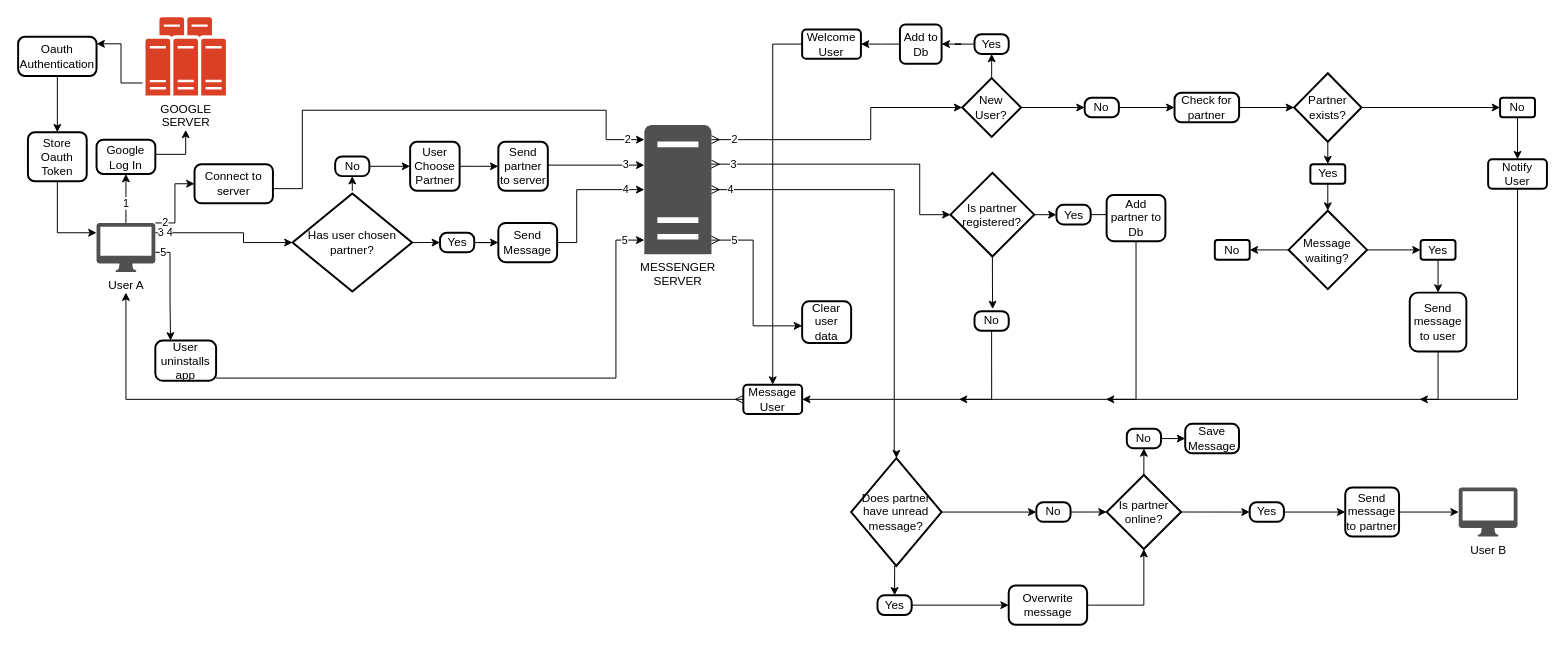
Earlier version of the draw.io diagram mini_messenger_flowchart.drawio (gitupwithit/mini_messenger_extension). Source tidied: cells renumbered, new cells numbered last; positions are measured from the earlier drawing's top-left corner, leaving out a move shared by most shapes. Both pictures are drawn from the tidied source at 98%, with x=0, y=0 at pixel (18, 17).
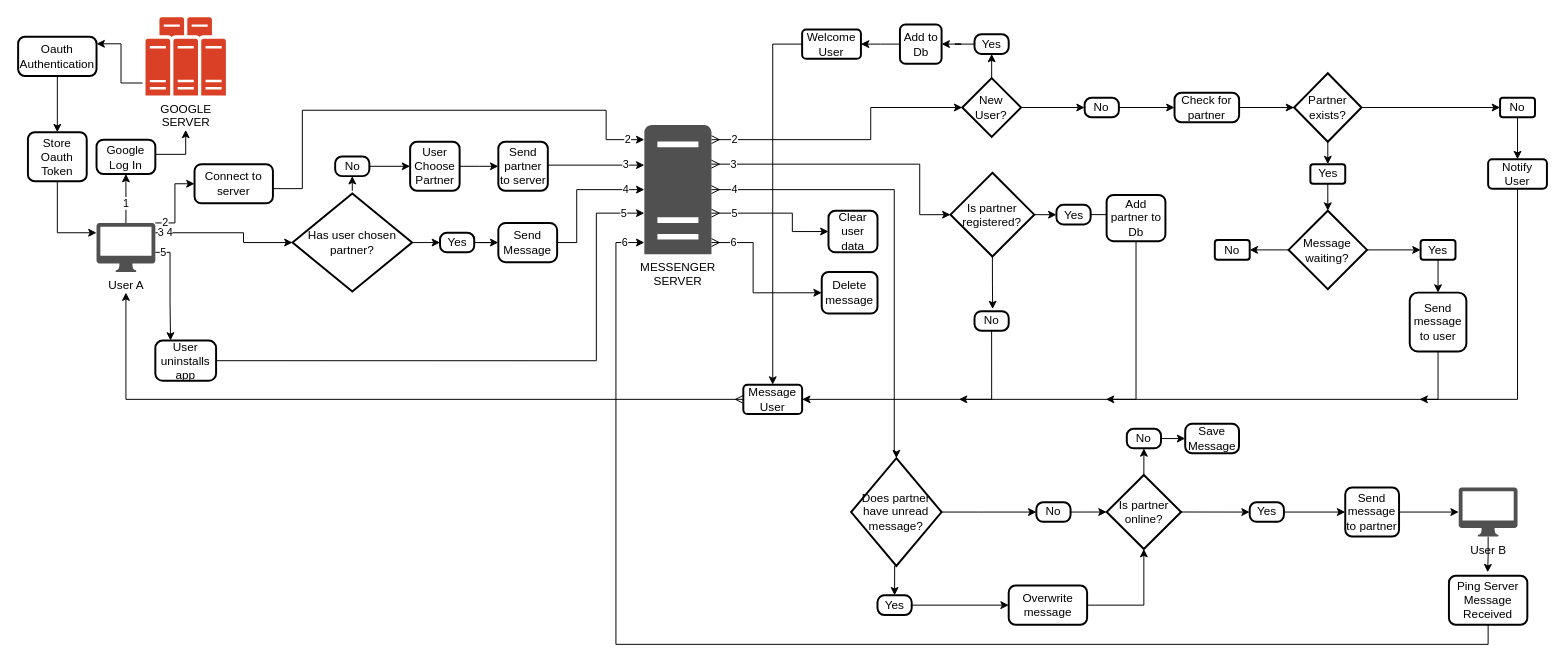
The same diagram, later.

The change refers to these unchanged cells:
```xml
<mxCell id="10" value="MESSENGER&lt;br&gt;SERVER" style="sketch=0;shadow=0;dashed=0;html=1;strokeColor=none;fillColor=#505050;labelPosition=center;verticalLabelPosition=bottom;verticalAlign=top;outlineConnect=0;align=center;shape=mxgraph.office.servers.server_generic;points=[[0.11,0.94,0,0,0],[0.5,1,0,0,34],[1,1,0,2,3]];" parent="1" vertex="1">
  <mxGeometry x="639" y="110" width="68.5" height="132" as="geometry" />
</mxCell>
<mxCell id="76" value="User B" style="sketch=0;shadow=0;dashed=0;html=1;strokeColor=none;fillColor=#505050;labelPosition=center;verticalLabelPosition=bottom;verticalAlign=top;outlineConnect=0;align=center;shape=mxgraph.office.devices.mac_client;points=[[0,0,0,-37,-3],[0.5,1,0,0,21]];" parent="1" vertex="1">
  <mxGeometry x="1470" y="480" width="60" height="50" as="geometry" />
</mxCell>
<mxCell id="82" value="&lt;span style=&quot;background-color: initial;&quot;&gt;Does partner have unread message?&lt;/span&gt;" style="strokeWidth=2;html=1;shape=mxgraph.flowchart.decision;whiteSpace=wrap;" parent="1" vertex="1">
  <mxGeometry x="850" y="450" width="92.3" height="110" as="geometry" />
</mxCell>
<mxCell id="94" value="User uninstalls app" style="rounded=1;whiteSpace=wrap;html=1;absoluteArcSize=1;arcSize=15;strokeWidth=2;" parent="1" vertex="1">
  <mxGeometry x="140" y="330" width="62" height="41.1" as="geometry" />
</mxCell>
```

What changed in the source:
```diff
@@
+    <mxCell id="99" value="6" style="edgeStyle=orthogonalEdgeStyle;rounded=0;jettySize=auto;html=1;entryX=0;entryY=0.5;entryDx=0;entryDy=0;startArrow=ERmany;startFill=0;jumpStyle=none;" parent="1" edge="1" source="10" target="103">
+      <mxGeometry x="-0.73" relative="1" as="geometry">
+        <Array as="points">
+          <mxPoint x="750" y="230" />
+          <mxPoint x="750" y="281" />
+        </Array>
+      </mxGeometry>
+    </mxCell>
@@
     <mxCell id="75" value="4" style="edgeStyle=orthogonalEdgeStyle;rounded=0;jettySize=auto;html=1;entryX=0.5;entryY=0;entryDx=0;entryDy=0;entryPerimeter=0;startArrow=ERmany;startFill=0;" parent="1" edge="1" source="10" target="82">
-      <mxGeometry x="-0.92" relative="1" as="geometry">
+      <mxGeometry x="-0.9" relative="1" as="geometry">
         <Array as="points">
           <mxPoint x="894" y="176" />
           <mxPoint x="894" y="445" />
         </Array>
       </mxGeometry>
     </mxCell>
+    <mxCell id="100" style="edgeStyle=orthogonalEdgeStyle;rounded=0;jettySize=auto;html=1;entryX=0.494;entryY=-0.071;entryDx=0;entryDy=0;entryPerimeter=0;" parent="1" edge="1" source="76" target="102">
+      <mxGeometry relative="1" as="geometry" />
+    </mxCell>
@@
-    <mxCell id="93" value="5" style="edgeStyle=orthogonalEdgeStyle;rounded=0;orthogonalLoop=1;jettySize=auto;html=1;exitX=1;exitY=0.75;exitDx=0;exitDy=0;" parent="1" edge="1">
+    <mxCell id="93" value="5" style="edgeStyle=orthogonalEdgeStyle;rounded=0;jettySize=auto;html=1;exitX=1;exitY=0.5;exitDx=0;exitDy=0;" parent="1" edge="1" source="94" target="10">
       <mxGeometry x="0.93" relative="1" as="geometry">
-        <mxPoint x="202" y="368.3" as="sourcePoint" />
-        <mxPoint x="639" y="227.5" as="targetPoint" />
         <Array as="points">
-          <mxPoint x="610" y="368.5" />
-          <mxPoint x="610" y="227.5" />
+          <mxPoint x="590" y="351" />
+          <mxPoint x="590" y="200" />
         </Array>
       </mxGeometry>
     </mxCell>
@@
     <mxCell id="95" value="Clear&lt;div&gt;user&lt;/div&gt;&lt;div&gt;data&lt;/div&gt;" style="rounded=1;whiteSpace=wrap;html=1;absoluteArcSize=1;arcSize=14;strokeWidth=2;" parent="1" vertex="1">
-      <mxGeometry x="800" y="290" width="50" height="42.5" as="geometry" />
+      <mxGeometry x="826.9" y="197.5" width="50" height="42.5" as="geometry" />
     </mxCell>
-    <mxCell id="96" value="5" style="edgeStyle=orthogonalEdgeStyle;rounded=0;orthogonalLoop=1;jettySize=auto;html=1;entryX=0;entryY=0.5;entryDx=0;entryDy=0;startArrow=ERmany;startFill=0;" parent="1" edge="1">
-      <mxGeometry x="-0.75" relative="1" as="geometry">
-        <mxPoint x="707.5" y="227.5" as="sourcePoint" />
-        <mxPoint x="800" y="315" as="targetPoint" />
+    <mxCell id="96" value="5" style="edgeStyle=orthogonalEdgeStyle;rounded=0;jettySize=auto;html=1;entryX=0;entryY=0.5;entryDx=0;entryDy=0;startArrow=ERmany;startFill=0;" parent="1" edge="1" source="10" target="95">
+      <mxGeometry x="-0.67" relative="1" as="geometry">
         <Array as="points">
-          <mxPoint x="750" y="227.5" />
-          <mxPoint x="750" y="315.5" />
+          <mxPoint x="790" y="200" />
+          <mxPoint x="790" y="219" />
         </Array>
       </mxGeometry>
     </mxCell>
@@
+    <mxCell id="101" value="6" style="edgeStyle=orthogonalEdgeStyle;rounded=0;jettySize=auto;html=1;exitX=0.5;exitY=1;exitDx=0;exitDy=0;" parent="1" edge="1" source="102" target="10">
+      <mxGeometry x="0.97" relative="1" as="geometry">
+        <Array as="points">
+          <mxPoint x="1500" y="640" />
+          <mxPoint x="610" y="640" />
+          <mxPoint x="610" y="230" />
+        </Array>
+      </mxGeometry>
+    </mxCell>
+    <mxCell id="102" value="Ping Server Message Received" style="rounded=1;whiteSpace=wrap;html=1;absoluteArcSize=1;arcSize=14;strokeWidth=2;" parent="1" vertex="1">
+      <mxGeometry x="1460" y="570" width="80" height="50" as="geometry" />
+    </mxCell>
+    <mxCell id="103" value="Delete message" style="rounded=1;whiteSpace=wrap;html=1;absoluteArcSize=1;arcSize=14;strokeWidth=2;" parent="1" vertex="1">
+      <mxGeometry x="820" y="260" width="56.9" height="42.5" as="geometry" />
+    </mxCell>
```
